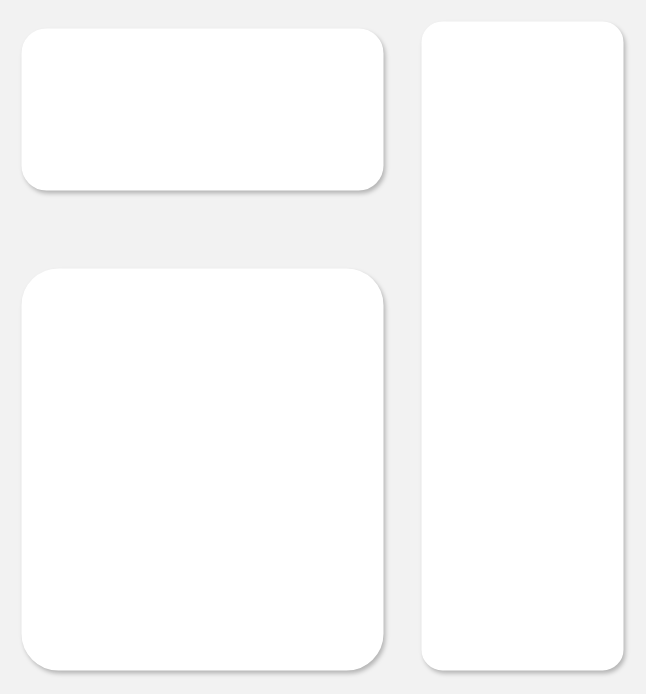
Earlier version of the draw.io diagram Node.js架构.drawio (Yaozongbin0828/UMLetDraw). Source tidied: cells renumbered, new cells numbered last; positions are measured from the earlier drawing's top-left corner, leaving out a move shared by most shapes. Both pictures are drawn from the tidied source at 100%, with x=0, y=0 at pixel (22, 22).
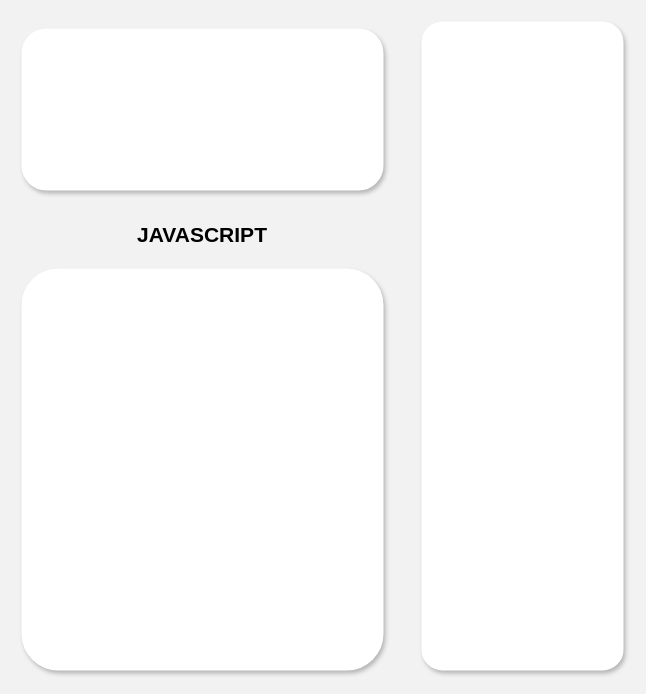
After the change.

What changed in the source:
```diff
@@
 <mxGraphModel background="#F2F2F2">
   <root>
     <mxCell id="0" />
     <mxCell id="1" parent="0" />
     <mxCell id="2" style="rounded=1;whiteSpace=wrap;html=1;shadow=1;strokeWidth=2;strokeColor=#FFFFFF;" parent="1" vertex="1">
       <mxGeometry y="7" width="360" height="160" as="geometry" />
     </mxCell>
     <mxCell id="3" style="rounded=1;whiteSpace=wrap;html=1;shadow=1;strokeWidth=2;strokeColor=#FFFFFF;arcSize=10;" parent="1" vertex="1">
       <mxGeometry y="247" width="360" height="400" as="geometry" />
     </mxCell>
     <mxCell id="4" style="rounded=1;whiteSpace=wrap;html=1;shadow=1;strokeWidth=2;strokeColor=#FFFFFF;arcSize=10;" parent="1" vertex="1">
       <mxGeometry x="400" width="200" height="647" as="geometry" />
     </mxCell>
+    <mxCell id="5" value="&lt;b&gt;&lt;font style=&quot;font-size: 21px;&quot;&gt;JAVASCRIPT&lt;/font&gt;&lt;/b&gt;" style="text;html=1;align=center;verticalAlign=middle;whiteSpace=wrap;rounded=0;" parent="1" vertex="1">
+      <mxGeometry x="150" y="197" width="60" height="30" as="geometry" />
+    </mxCell>
   </root>
 </mxGraphModel>
```
